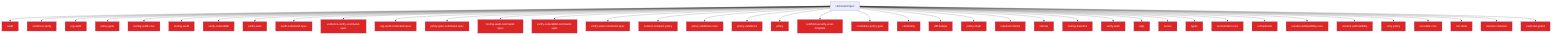
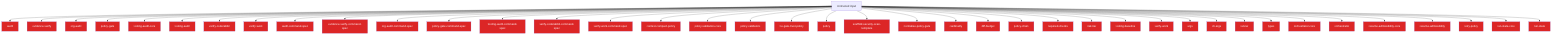
flowchart TD
  Untrusted["Untrusted input"]
  audit_b81f37a0["audit"]
  Untrusted --> audit_b81f37a0
  evidence_verify_3b73c290["evidence-verify"]
  Untrusted --> evidence_verify_3b73c290
  org_audit_d739e44b["org-audit"]
  Untrusted --> org_audit_d739e44b
  policy_gate_213f7313["policy-gate"]
  Untrusted --> policy_gate_213f7313
  tooling_audit_core_328d6a41["tooling-audit-core"]
  Untrusted --> tooling_audit_core_328d6a41
  tooling_audit_8a8239ff["tooling-audit"]
  Untrusted --> tooling_audit_8a8239ff
  verify_coderabbit_490b4e71["verify-coderabbit"]
  Untrusted --> verify_coderabbit_490b4e71
  verify_work_df70ecac["verify-work"]
  Untrusted --> verify_work_df70ecac
  audit_command_spec_5acf0149["audit-command-spec"]
  Untrusted --> audit_command_spec_5acf0149
  evidence_verify_command_spec_e1cbfea2["evidence-verify-command-spec"]
  Untrusted --> evidence_verify_command_spec_e1cbfea2
  org_audit_command_spec_1a570341["org-audit-command-spec"]
  Untrusted --> org_audit_command_spec_1a570341
  policy_gate_command_spec_71e8726a["policy-gate-command-spec"]
  Untrusted --> policy_gate_command_spec_71e8726a
  tooling_audit_command_spec_e0e57863["tooling-audit-command-spec"]
  Untrusted --> tooling_audit_command_spec_e0e57863
  verify_coderabbit_command_spec_68cc9ec5["verify-coderabbit-command-spec"]
  Untrusted --> verify_coderabbit_command_spec_68cc9ec5
  verify_work_command_spec_d6c94ac8["verify-work-command-spec"]
  Untrusted --> verify_work_command_spec_d6c94ac8
  context_compact_policy_3dcaf95d["context-compact-policy"]
  Untrusted --> context_compact_policy_3dcaf95d
  policy_validators_core_714a3fe7["policy-validators-core"]
  Untrusted --> policy_validators_core_714a3fe7
  policy_validators_6682e192["policy-validators"]
  Untrusted --> policy_validators_6682e192
+   he_gate_trust_policy_b1126dfd["he-gate-trust-policy"]
+   Untrusted --> he_gate_trust_policy_b1126dfd
  policy_823412d1["policy"]
  Untrusted --> policy_823412d1
  scaffold_security_scan_template_55bc7465["scaffold-security-scan-template"]
  Untrusted --> scaffold_security_scan_template_55bc7465
  normalise_policy_gate_90229693["normalise-policy-gate"]
  Untrusted --> normalise_policy_gate_90229693
  cardinality_ebef8aff["cardinality"]
  Untrusted --> cardinality_ebef8aff
  diff_budget_1_9f85eb1c["diff-budget"]
  Untrusted --> diff_budget_1_9f85eb1c
  policy_chain_0c92e343["policy-chain"]
  Untrusted --> policy_chain_0c92e343
  required_checks_46396214["required-checks"]
  Untrusted --> required_checks_46396214
  risk_tier_1_96b6ff91["risk-tier"]
  Untrusted --> risk_tier_1_96b6ff91
  tooling_baseline_50ab2eeb["tooling-baseline"]
  Untrusted --> tooling_baseline_50ab2eeb
  verify_work_1_cd8e7ec3["verify-work"]
  Untrusted --> verify_work_1_cd8e7ec3
  args_1_15220d9b["args"]
  Untrusted --> args_1_15220d9b
+   cli_args_7_16dab031["cli-args"]
+   Untrusted --> cli_args_7_16dab031
  runner_527aa9f4["runner"]
  Untrusted --> runner_527aa9f4
-   types_22_f3cf4a73["types"]
-   Untrusted --> types_22_f3cf4a73
+   types_25_89d086aa["types"]
+   Untrusted --> types_25_89d086aa
  orchestrator_core_d0678b53["orchestrator-core"]
  Untrusted --> orchestrator_core_d0678b53
  orchestrator_1_6b7137c5["orchestrator"]
  Untrusted --> orchestrator_1_6b7137c5
  resume_admissibility_core_8ab84488["resume-admissibility-core"]
  Untrusted --> resume_admissibility_core_8ab84488
  resume_admissibility_a59835da["resume-admissibility"]
  Untrusted --> resume_admissibility_a59835da
  retry_policy_eebf8de9["retry-policy"]
  Untrusted --> retry_policy_eebf8de9
  run_state_core_25a955bc["run-state-core"]
  Untrusted --> run_state_core_25a955bc
  run_state_94d814a7["run-state"]
  Untrusted --> run_state_94d814a7
-   session_closeout_f3efb270["session-closeout"]
-   Untrusted --> session_closeout_f3efb270
-   overload_guard_2748c559["overload-guard"]
-   Untrusted --> overload_guard_2748c559
  classDef securityNode fill:#dc2626,color:#fff
-   class audit_b81f37a0,evidence_verify_3b73c290,org_audit_d739e44b,policy_gate_213f7313,tooling_audit_core_328d6a41,tooling_audit_8a8239ff,verify_coderabbit_490b4e71,verify_work_df70ecac,audit_command_spec_5acf0149,evidence_verify_command_spec_e1cbfea2,org_audit_command_spec_1a570341,policy_gate_command_spec_71e8726a,tooling_audit_command_spec_e0e57863,verify_coderabbit_command_spec_68cc9ec5,verify_work_command_spec_d6c94ac8,context_compact_policy_3dcaf95d,policy_validators_core_714a3fe7,policy_validators_6682e192,policy_823412d1,scaffold_security_scan_template_55bc7465,normalise_policy_gate_90229693,cardinality_ebef8aff,diff_budget_1_9f85eb1c,policy_chain_0c92e343,required_checks_46396214,risk_tier_1_96b6ff91,tooling_baseline_50ab2eeb,verify_work_1_cd8e7ec3,args_1_15220d9b,runner_527aa9f4,types_22_f3cf4a73,orchestrator_core_d0678b53,orchestrator_1_6b7137c5,resume_admissibility_core_8ab84488,resume_admissibility_a59835da,retry_policy_eebf8de9,run_state_core_25a955bc,run_state_94d814a7,session_closeout_f3efb270,overload_guard_2748c559 securityNode
+   class audit_b81f37a0,evidence_verify_3b73c290,org_audit_d739e44b,policy_gate_213f7313,tooling_audit_core_328d6a41,tooling_audit_8a8239ff,verify_coderabbit_490b4e71,verify_work_df70ecac,audit_command_spec_5acf0149,evidence_verify_command_spec_e1cbfea2,org_audit_command_spec_1a570341,policy_gate_command_spec_71e8726a,tooling_audit_command_spec_e0e57863,verify_coderabbit_command_spec_68cc9ec5,verify_work_command_spec_d6c94ac8,context_compact_policy_3dcaf95d,policy_validators_core_714a3fe7,policy_validators_6682e192,he_gate_trust_policy_b1126dfd,policy_823412d1,scaffold_security_scan_template_55bc7465,normalise_policy_gate_90229693,cardinality_ebef8aff,diff_budget_1_9f85eb1c,policy_chain_0c92e343,required_checks_46396214,risk_tier_1_96b6ff91,tooling_baseline_50ab2eeb,verify_work_1_cd8e7ec3,args_1_15220d9b,cli_args_7_16dab031,runner_527aa9f4,types_25_89d086aa,orchestrator_core_d0678b53,orchestrator_1_6b7137c5,resume_admissibility_core_8ab84488,resume_admissibility_a59835da,retry_policy_eebf8de9,run_state_core_25a955bc,run_state_94d814a7 securityNode
